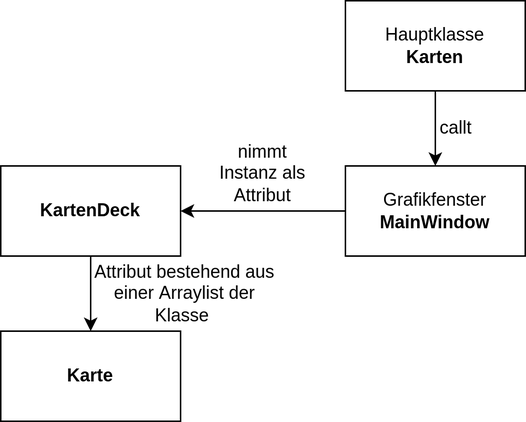
Above: doc/media/grober-ansatz.png in noahvogt/kart (draw.io), before the change. Source tidied: cells renumbered, new cells last; positions are measured from the earlier drawing's top-left corner, leaving out a move shared by most shapes. The source it was exported from:
```xml
<mxGraphModel>
  <root>
    <mxCell id="0" />
    <mxCell id="1" parent="0" />
    <mxCell id="2" style="edgeStyle=orthogonalEdgeStyle;rounded=0;jettySize=auto;html=1;entryX=1;entryY=0.5;entryDx=0;entryDy=0;" parent="1" edge="1" source="3" target="5">
      <mxGeometry relative="1" as="geometry" />
    </mxCell>
    <mxCell id="3" value="Grafikfenster&lt;br&gt;&lt;b&gt;MainWindow&lt;/b&gt;" style="rounded=0;whiteSpace=wrap;html=1;" parent="1" vertex="1">
      <mxGeometry x="230" y="110" width="120" height="60" as="geometry" />
    </mxCell>
    <mxCell id="4" style="edgeStyle=orthogonalEdgeStyle;rounded=0;jettySize=auto;html=1;entryX=0.5;entryY=0;entryDx=0;entryDy=0;" parent="1" edge="1" source="5" target="6">
      <mxGeometry relative="1" as="geometry" />
    </mxCell>
    <mxCell id="5" value="&lt;b&gt;KartenDeck&lt;/b&gt;" style="rounded=0;whiteSpace=wrap;html=1;" parent="1" vertex="1">
      <mxGeometry y="110" width="120" height="60" as="geometry" />
    </mxCell>
    <mxCell id="6" value="&lt;b&gt;Karte&lt;/b&gt;" style="rounded=0;whiteSpace=wrap;html=1;" parent="1" vertex="1">
      <mxGeometry y="220" width="120" height="60" as="geometry" />
    </mxCell>
    <mxCell id="7" value="Hauptklasse&lt;br&gt;&lt;b&gt;Karten&lt;/b&gt;" style="rounded=0;whiteSpace=wrap;html=1;" parent="1" vertex="1">
      <mxGeometry x="230" width="120" height="60" as="geometry" />
    </mxCell>
    <mxCell id="8" style="endArrow=classic;html=1;rounded=0;exitX=0.5;exitY=1;exitDx=0;exitDy=0;entryX=0.5;entryY=0;entryDx=0;entryDy=0;" parent="1" edge="1" source="7" target="3">
      <mxGeometry relative="1" as="geometry" />
    </mxCell>
    <mxCell id="9" value="callt" style="text;html=1;strokeColor=none;fillColor=none;align=center;verticalAlign=middle;whiteSpace=wrap;rounded=0;" parent="1" vertex="1">
      <mxGeometry x="274" y="70" width="60" height="30" as="geometry" />
    </mxCell>
    <mxCell id="10" value="nimmt Instanz als Attribut" style="text;html=1;strokeColor=none;fillColor=none;align=center;verticalAlign=middle;whiteSpace=wrap;rounded=0;" parent="1" vertex="1">
      <mxGeometry x="140" y="100" width="70" height="30" as="geometry" />
    </mxCell>
    <mxCell id="11" value="Attribut bestehend aus einer Arraylist der Klasse&amp;nbsp;" style="text;html=1;strokeColor=none;fillColor=none;align=center;verticalAlign=middle;whiteSpace=wrap;rounded=0;" parent="1" vertex="1">
      <mxGeometry x="60" y="180" width="126" height="30" as="geometry" />
    </mxCell>
  </root>
</mxGraphModel>
```
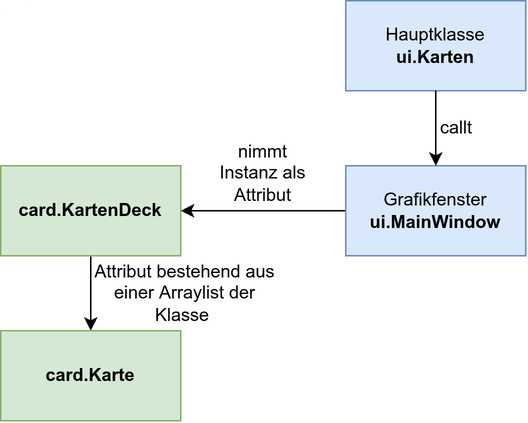
Above is the later version.

What changed in the source:
```diff
@@ -5,19 +5,19 @@
     <mxCell id="2" style="edgeStyle=orthogonalEdgeStyle;rounded=0;jettySize=auto;html=1;entryX=1;entryY=0.5;entryDx=0;entryDy=0;" parent="1" edge="1" source="3" target="5">
       <mxGeometry relative="1" as="geometry" />
     </mxCell>
-    <mxCell id="3" value="Grafikfenster&lt;br&gt;&lt;b&gt;MainWindow&lt;/b&gt;" style="rounded=0;whiteSpace=wrap;html=1;" parent="1" vertex="1">
+    <mxCell id="3" value="Grafikfenster&lt;br&gt;&lt;b&gt;ui.MainWindow&lt;/b&gt;" style="rounded=0;whiteSpace=wrap;html=1;fillColor=#dae8fc;strokeColor=#6c8ebf;" parent="1" vertex="1">
       <mxGeometry x="230" y="110" width="120" height="60" as="geometry" />
     </mxCell>
     <mxCell id="4" style="edgeStyle=orthogonalEdgeStyle;rounded=0;jettySize=auto;html=1;entryX=0.5;entryY=0;entryDx=0;entryDy=0;" parent="1" edge="1" source="5" target="6">
       <mxGeometry relative="1" as="geometry" />
     </mxCell>
-    <mxCell id="5" value="&lt;b&gt;KartenDeck&lt;/b&gt;" style="rounded=0;whiteSpace=wrap;html=1;" parent="1" vertex="1">
+    <mxCell id="5" value="&lt;b&gt;card.KartenDeck&lt;/b&gt;" style="rounded=0;whiteSpace=wrap;html=1;fillColor=#d5e8d4;strokeColor=#82b366;" parent="1" vertex="1">
       <mxGeometry y="110" width="120" height="60" as="geometry" />
     </mxCell>
-    <mxCell id="6" value="&lt;b&gt;Karte&lt;/b&gt;" style="rounded=0;whiteSpace=wrap;html=1;" parent="1" vertex="1">
+    <mxCell id="6" value="&lt;b&gt;card.Karte&lt;/b&gt;" style="rounded=0;whiteSpace=wrap;html=1;fillColor=#d5e8d4;strokeColor=#82b366;" parent="1" vertex="1">
       <mxGeometry y="220" width="120" height="60" as="geometry" />
     </mxCell>
-    <mxCell id="7" value="Hauptklasse&lt;br&gt;&lt;b&gt;Karten&lt;/b&gt;" style="rounded=0;whiteSpace=wrap;html=1;" parent="1" vertex="1">
+    <mxCell id="7" value="Hauptklasse&lt;br&gt;&lt;b&gt;ui.Karten&lt;/b&gt;" style="rounded=0;whiteSpace=wrap;html=1;fillColor=#dae8fc;strokeColor=#6c8ebf;" parent="1" vertex="1">
       <mxGeometry x="230" width="120" height="60" as="geometry" />
     </mxCell>
     <mxCell id="8" style="endArrow=classic;html=1;rounded=0;exitX=0.5;exitY=1;exitDx=0;exitDy=0;entryX=0.5;entryY=0;entryDx=0;entryDy=0;" parent="1" edge="1" source="7" target="3">
```
